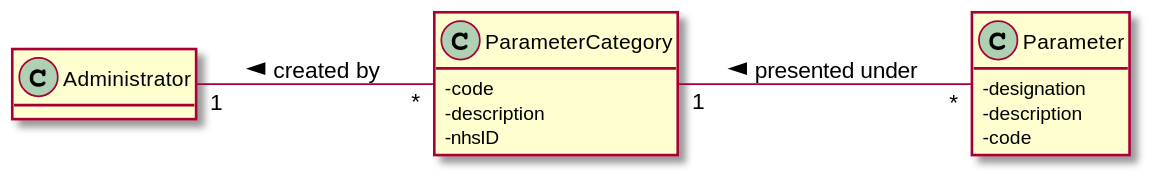
0franciscor/lei-21-s2-1de-g19 keeps this PlantUML diagram as docs/SprintB/US10/US10-MD.svg. Above is the earlier version.
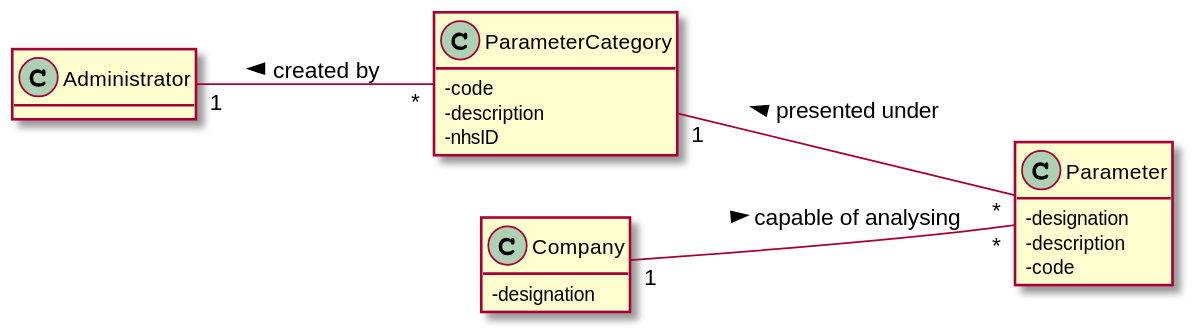
After the change.

Commit message:
acréscimo de company ao MD

The edit, as a diff of the source:
```diff
@@ -4,9 +4,11 @@
 class Administrator
 class ParameterCategory
 class Parameter
+class Company
 
 Administrator "1" -- "*" ParameterCategory : < created by
 ParameterCategory "1" -- "*" Parameter : < presented under
+Company "1" -- "*" Parameter : > capable of analysing
 
 skinparam classAttributeIconSize 0
 
@@ -25,4 +27,8 @@
 -code
 }
 
+class Company{
+-designation
+}
+
 @enduml
```
